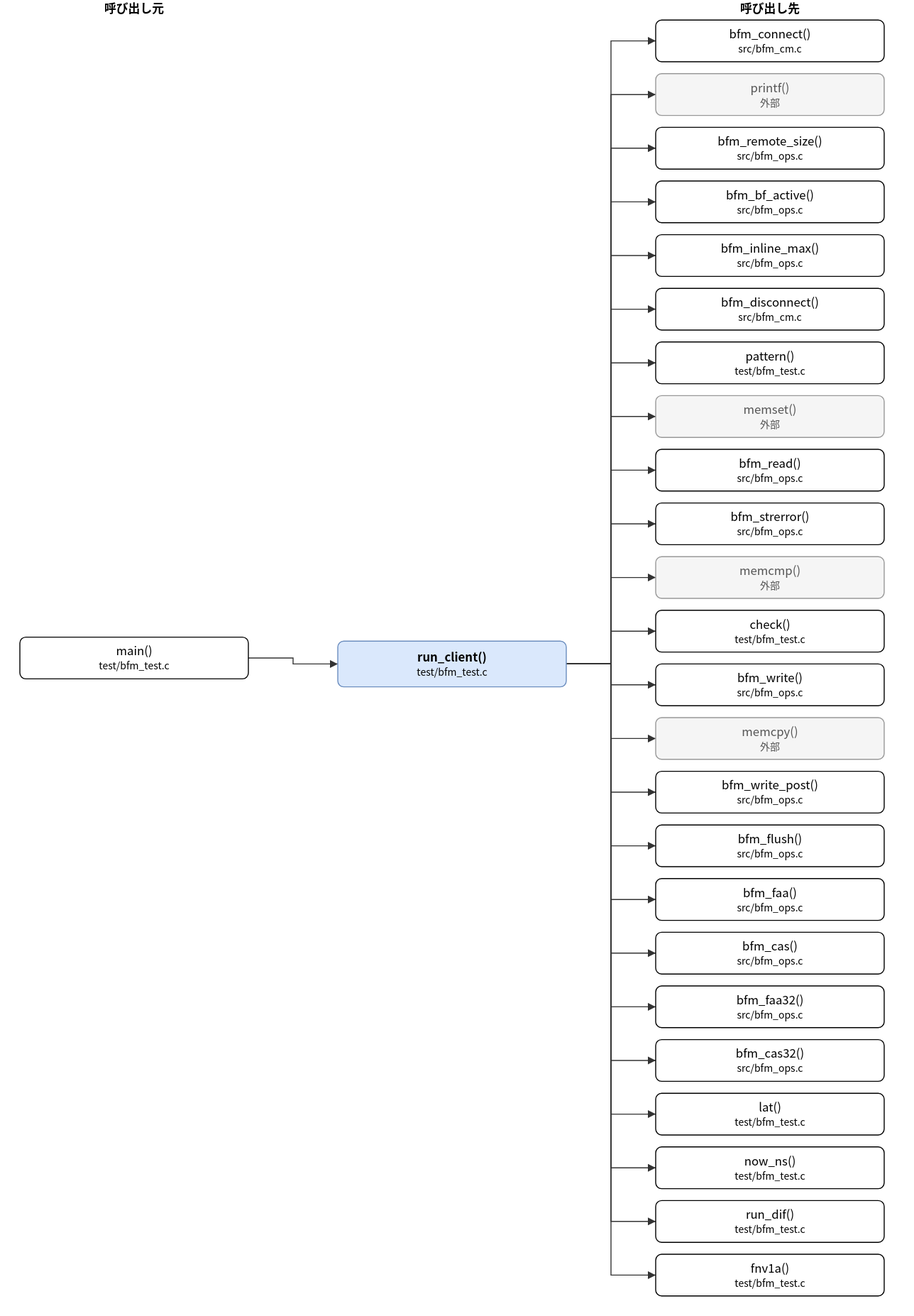
hf355051012-ai/bfmem keeps this draw.io diagram as doc/spec/images/call_test_bfm_test-run_client.drawio.svg. Above is the earlier version. Source tidied: cells renumbered, new cells last; positions are measured from the earlier drawing's top-left corner, leaving out a move shared by most shapes.
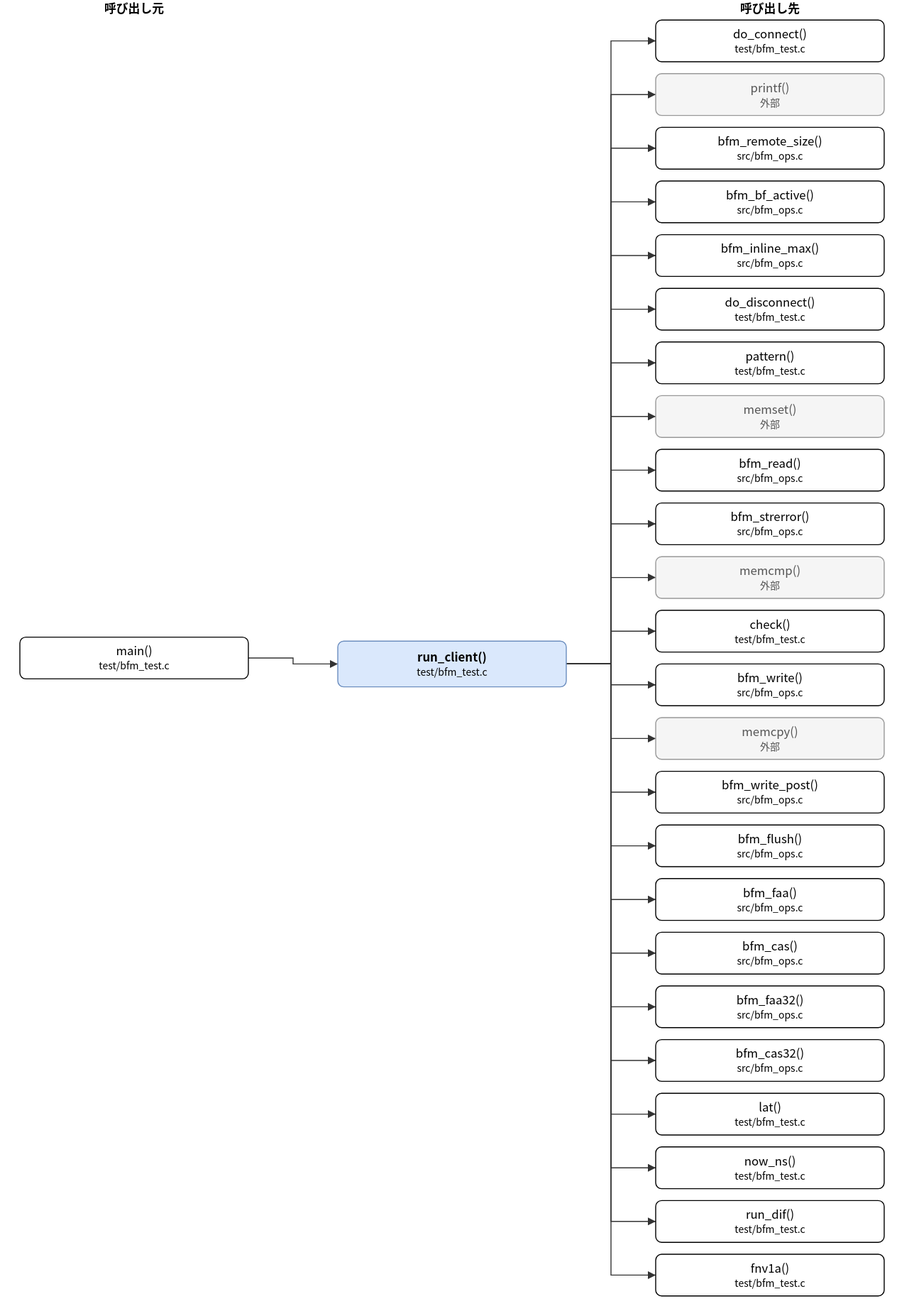
The same file after the commit.

Change to the diagram source:
```diff
@@ -8,7 +8,7 @@
     <mxCell id="3" value="main()&lt;br&gt;&lt;font style=&quot;font-size:10px&quot;&gt;test/bfm_test.c&lt;/font&gt;" style="rounded=1;whiteSpace=wrap;html=1;" parent="1" vertex="1">
       <mxGeometry y="641" width="230" height="42" as="geometry" />
     </mxCell>
-    <mxCell id="4" value="bfm_connect()&lt;br&gt;&lt;font style=&quot;font-size:10px&quot;&gt;src/bfm_cm.c&lt;/font&gt;" style="rounded=1;whiteSpace=wrap;html=1;" parent="1" vertex="1">
+    <mxCell id="4" value="do_connect()&lt;br&gt;&lt;font style=&quot;font-size:10px&quot;&gt;test/bfm_test.c&lt;/font&gt;" style="rounded=1;whiteSpace=wrap;html=1;" parent="1" vertex="1">
       <mxGeometry x="640" y="20" width="230" height="42" as="geometry" />
     </mxCell>
     <mxCell id="5" value="printf()&lt;br&gt;&lt;font style=&quot;font-size:10px&quot;&gt;外部&lt;/font&gt;" style="rounded=1;whiteSpace=wrap;html=1;fillColor=#f5f5f5;strokeColor=#999999;fontColor=#555555;" parent="1" vertex="1">
@@ -23,7 +23,7 @@
     <mxCell id="8" value="bfm_inline_max()&lt;br&gt;&lt;font style=&quot;font-size:10px&quot;&gt;src/bfm_ops.c&lt;/font&gt;" style="rounded=1;whiteSpace=wrap;html=1;" parent="1" vertex="1">
       <mxGeometry x="640" y="236" width="230" height="42" as="geometry" />
     </mxCell>
-    <mxCell id="9" value="bfm_disconnect()&lt;br&gt;&lt;font style=&quot;font-size:10px&quot;&gt;src/bfm_cm.c&lt;/font&gt;" style="rounded=1;whiteSpace=wrap;html=1;" parent="1" vertex="1">
+    <mxCell id="9" value="do_disconnect()&lt;br&gt;&lt;font style=&quot;font-size:10px&quot;&gt;test/bfm_test.c&lt;/font&gt;" style="rounded=1;whiteSpace=wrap;html=1;" parent="1" vertex="1">
       <mxGeometry x="640" y="290" width="230" height="42" as="geometry" />
     </mxCell>
     <mxCell id="10" value="pattern()&lt;br&gt;&lt;font style=&quot;font-size:10px&quot;&gt;test/bfm_test.c&lt;/font&gt;" style="rounded=1;whiteSpace=wrap;html=1;" parent="1" vertex="1">
```
